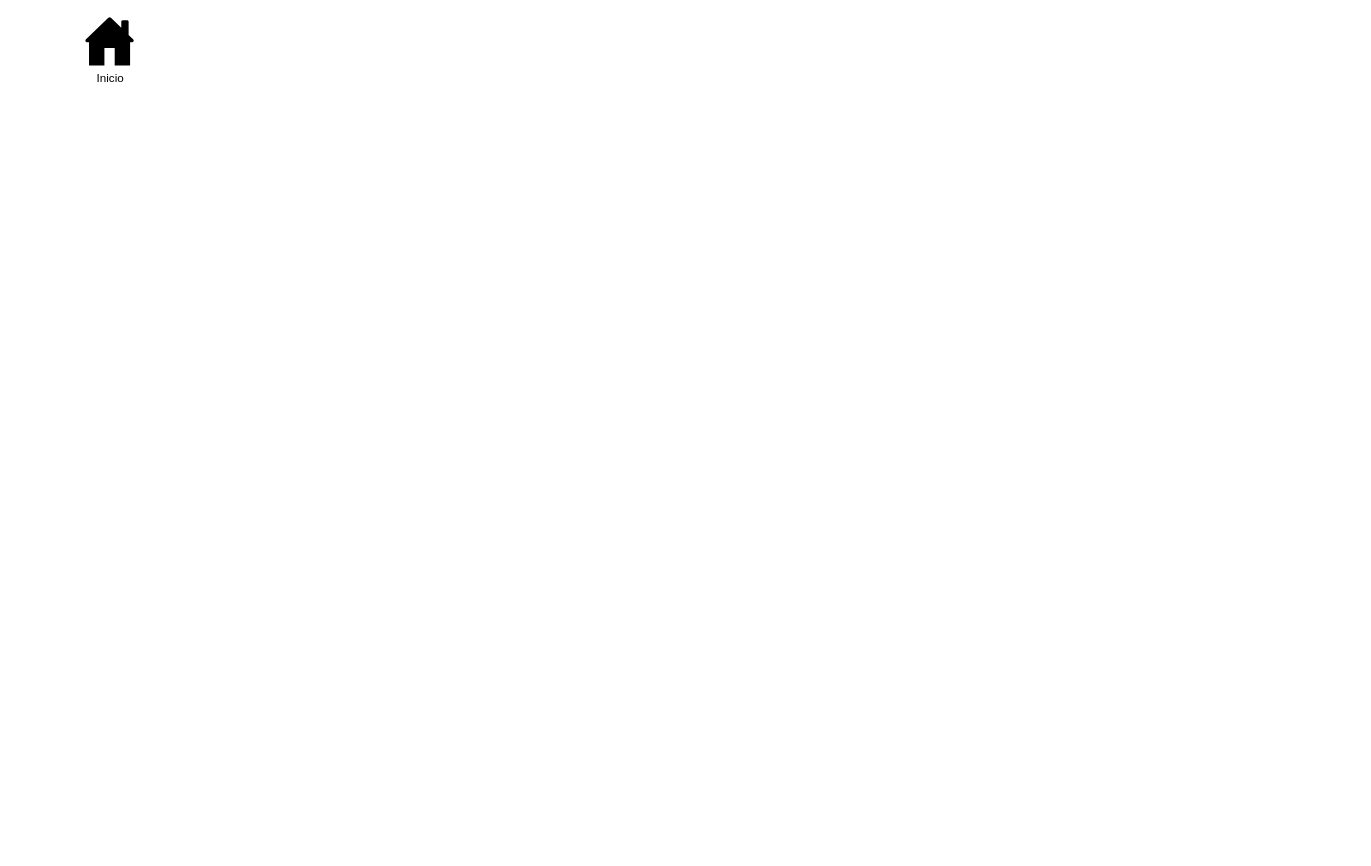
Earlier version of the draw.io diagram page "Proceso Flujo" (8 of 12) of code_diagram.drawio (fenahurtado/flutist). Source tidied: cells renumbered, new cells numbered last; positions are measured from the earlier drawing's top-left corner, leaving out a move shared by most shapes. Both pictures are drawn from the tidied source at 97%, with x=0, y=0 at pixel (84, 16).
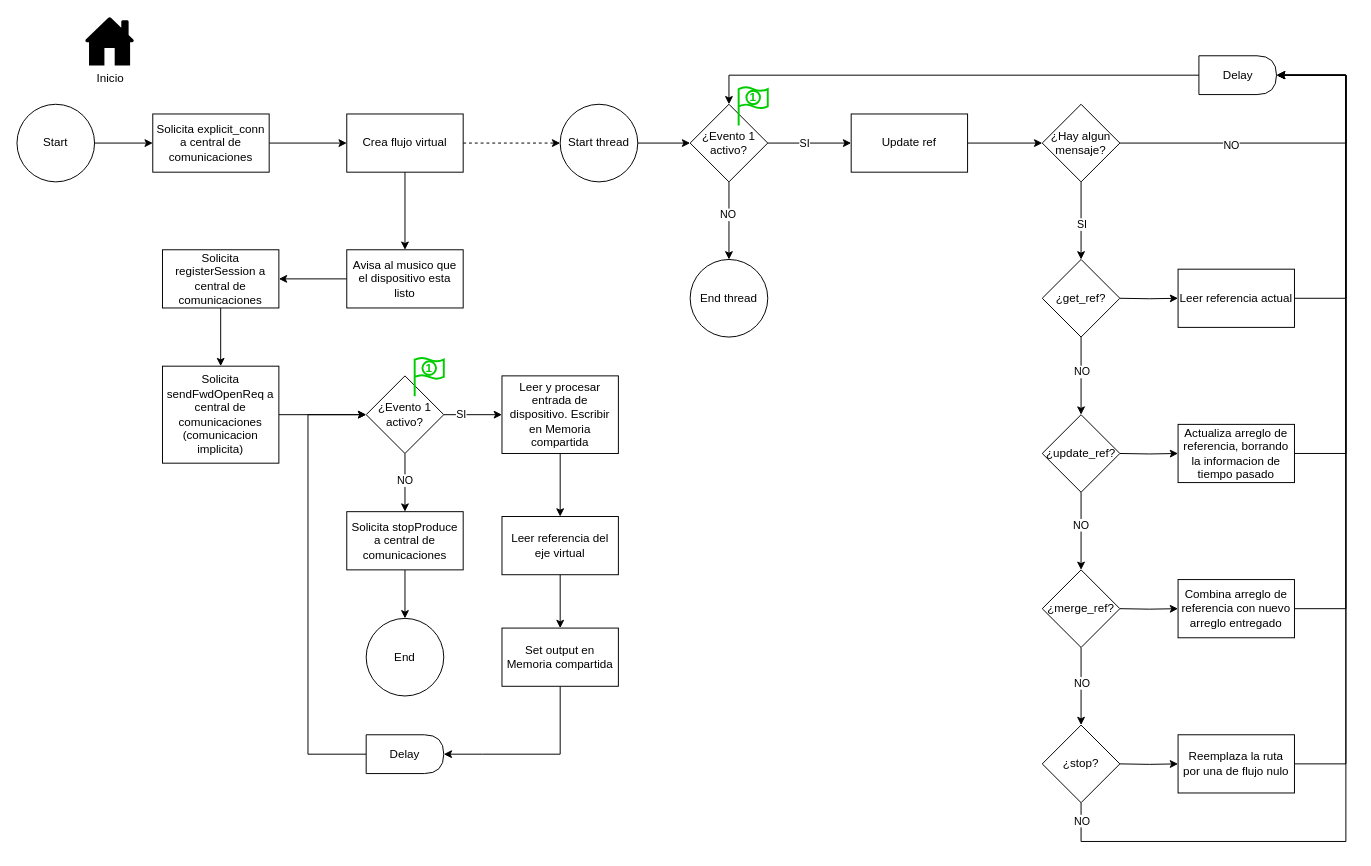
The same page after the edit.

The edit, as a diff of the source:
```diff
@@
+    <mxCell id="3" style="edgeStyle=orthogonalEdgeStyle;rounded=0;jettySize=auto;html=1;" parent="1" edge="1" source="4" target="9">
+      <mxGeometry relative="1" as="geometry" />
+    </mxCell>
+    <mxCell id="4" value="Solicita explicit_conn a central de comunicaciones" style="rounded=0;whiteSpace=wrap;html=1;" parent="1" vertex="1">
+      <mxGeometry x="70" y="100" width="120" height="60" as="geometry" />
+    </mxCell>
+    <mxCell id="5" style="edgeStyle=orthogonalEdgeStyle;rounded=0;jettySize=auto;html=1;exitX=1;exitY=0.5;exitDx=0;exitDy=0;entryX=0;entryY=0.5;entryDx=0;entryDy=0;" parent="1" edge="1" source="6" target="4">
+      <mxGeometry relative="1" as="geometry" />
+    </mxCell>
+    <mxCell id="6" value="Start" style="ellipse;whiteSpace=wrap;html=1;" parent="1" vertex="1">
+      <mxGeometry x="-70" y="90" width="80" height="80" as="geometry" />
+    </mxCell>
+    <mxCell id="7" style="edgeStyle=orthogonalEdgeStyle;rounded=0;jettySize=auto;html=1;dashed=1;entryX=0;entryY=0.5;entryDx=0;entryDy=0;" parent="1" edge="1" source="9" target="54">
+      <mxGeometry relative="1" as="geometry" />
+    </mxCell>
+    <mxCell id="8" style="edgeStyle=orthogonalEdgeStyle;rounded=0;jettySize=auto;html=1;" parent="1" edge="1" source="9" target="32">
+      <mxGeometry relative="1" as="geometry" />
+    </mxCell>
+    <mxCell id="9" value="Crea flujo virtual" style="whiteSpace=wrap;html=1;rounded=0;" parent="1" vertex="1">
+      <mxGeometry x="270" y="100" width="120" height="60" as="geometry" />
+    </mxCell>
+    <mxCell id="10" style="edgeStyle=orthogonalEdgeStyle;rounded=0;jettySize=auto;html=1;" parent="1" edge="1" source="11" target="16">
+      <mxGeometry relative="1" as="geometry" />
+    </mxCell>
+    <mxCell id="11" value="Update ref" style="whiteSpace=wrap;html=1;rounded=0;" parent="1" vertex="1">
+      <mxGeometry x="790" y="100" width="120" height="60" as="geometry" />
+    </mxCell>
+    <mxCell id="12" style="edgeStyle=orthogonalEdgeStyle;rounded=0;jettySize=auto;html=1;exitX=1;exitY=0.5;exitDx=0;exitDy=0;entryX=1;entryY=0.5;entryDx=0;entryDy=0;entryPerimeter=0;" parent="1" edge="1" source="16" target="18">
+      <mxGeometry relative="1" as="geometry">
+        <Array as="points">
+          <mxPoint x="1300" y="130" />
+          <mxPoint x="1300" y="60" />
+        </Array>
+      </mxGeometry>
+    </mxCell>
+    <mxCell id="13" value="NO" style="edgeLabel;html=1;align=center;verticalAlign=middle;" parent="12" vertex="1">
+      <mxGeometry x="-0.39" y="-2" relative="1" as="geometry" />
+    </mxCell>
+    <mxCell id="14" style="edgeStyle=orthogonalEdgeStyle;rounded=0;jettySize=auto;html=1;" parent="1" edge="1" source="16" target="21">
+      <mxGeometry relative="1" as="geometry" />
+    </mxCell>
+    <mxCell id="15" value="SI" style="edgeLabel;html=1;align=center;verticalAlign=middle;" parent="14" vertex="1">
+      <mxGeometry x="0.08" relative="1" as="geometry" />
+    </mxCell>
+    <mxCell id="16" value="¿Hay algun mensaje?" style="rhombus;whiteSpace=wrap;html=1;rounded=0;" parent="1" vertex="1">
+      <mxGeometry x="987" y="90" width="80" height="80" as="geometry" />
+    </mxCell>
+    <mxCell id="17" style="edgeStyle=orthogonalEdgeStyle;rounded=0;jettySize=auto;html=1;exitX=0;exitY=0.5;exitDx=0;exitDy=0;exitPerimeter=0;entryX=0.5;entryY=0;entryDx=0;entryDy=0;" parent="1" edge="1" source="18" target="49">
+      <mxGeometry relative="1" as="geometry">
+        <Array as="points">
+          <mxPoint x="664" y="60" />
+        </Array>
+      </mxGeometry>
+    </mxCell>
+    <mxCell id="18" value="Delay" style="shape=delay;whiteSpace=wrap;html=1;points=[[0,0,0,0,0],[0,0.25,0,0,0],[0,0.5,0,0,0],[0,0.75,0,0,0],[0,1,0,0,0],[0.25,0,0,0,0],[0.25,1,0,0,0],[0.5,0,0,0,0],[0.5,1,0,0,0],[1,0.5,0,0,0]];" parent="1" vertex="1">
+      <mxGeometry x="1148.5" y="40" width="80" height="40" as="geometry" />
+    </mxCell>
+    <mxCell id="19" style="edgeStyle=orthogonalEdgeStyle;rounded=0;jettySize=auto;html=1;" parent="1" edge="1" source="21" target="24">
+      <mxGeometry relative="1" as="geometry" />
+    </mxCell>
+    <mxCell id="20" value="NO" style="edgeLabel;html=1;align=center;verticalAlign=middle;" parent="19" vertex="1">
+      <mxGeometry x="-0.12" relative="1" as="geometry" />
+    </mxCell>
+    <mxCell id="21" value="¿get_ref&lt;span style=&quot;background-color: initial;&quot;&gt;?&lt;/span&gt;" style="rhombus;whiteSpace=wrap;html=1;rounded=0;" parent="1" vertex="1">
+      <mxGeometry x="987" y="250" width="80" height="80" as="geometry" />
+    </mxCell>
+    <mxCell id="22" style="edgeStyle=orthogonalEdgeStyle;rounded=0;jettySize=auto;html=1;" parent="1" edge="1" source="24" target="27">
+      <mxGeometry relative="1" as="geometry" />
+    </mxCell>
+    <mxCell id="23" value="NO" style="edgeLabel;html=1;align=center;verticalAlign=middle;" parent="22" vertex="1">
+      <mxGeometry x="-0.18" y="-1" relative="1" as="geometry" />
+    </mxCell>
+    <mxCell id="24" value="¿update_ref&lt;span style=&quot;background-color: initial;&quot;&gt;?&lt;/span&gt;" style="rhombus;whiteSpace=wrap;html=1;rounded=0;" parent="1" vertex="1">
+      <mxGeometry x="987" y="410" width="80" height="80" as="geometry" />
+    </mxCell>
+    <mxCell id="25" style="edgeStyle=orthogonalEdgeStyle;rounded=0;jettySize=auto;html=1;" parent="1" edge="1" source="27" target="30">
+      <mxGeometry relative="1" as="geometry" />
+    </mxCell>
+    <mxCell id="26" value="NO" style="edgeLabel;html=1;align=center;verticalAlign=middle;" parent="25" vertex="1">
+      <mxGeometry x="-0.09" relative="1" as="geometry" />
+    </mxCell>
+    <mxCell id="27" value="¿merge_ref&lt;span style=&quot;background-color: initial;&quot;&gt;?&lt;/span&gt;" style="rhombus;whiteSpace=wrap;html=1;rounded=0;" parent="1" vertex="1">
+      <mxGeometry x="987" y="570" width="80" height="80" as="geometry" />
+    </mxCell>
+    <mxCell id="28" style="edgeStyle=orthogonalEdgeStyle;rounded=0;jettySize=auto;html=1;exitX=0.5;exitY=1;exitDx=0;exitDy=0;entryX=1;entryY=0.5;entryDx=0;entryDy=0;entryPerimeter=0;" parent="1" edge="1" source="30" target="18">
+      <mxGeometry relative="1" as="geometry">
+        <Array as="points">
+          <mxPoint x="1027" y="850" />
+          <mxPoint x="1300" y="850" />
+          <mxPoint x="1300" y="60" />
+        </Array>
+      </mxGeometry>
+    </mxCell>
+    <mxCell id="29" value="NO" style="edgeLabel;html=1;align=center;verticalAlign=middle;" parent="28" vertex="1">
+      <mxGeometry x="-0.97" relative="1" as="geometry" />
+    </mxCell>
+    <mxCell id="30" value="¿stop&lt;span style=&quot;background-color: initial;&quot;&gt;?&lt;/span&gt;" style="rhombus;whiteSpace=wrap;html=1;rounded=0;" parent="1" vertex="1">
+      <mxGeometry x="987" y="730" width="80" height="80" as="geometry" />
+    </mxCell>
+    <mxCell id="31" style="edgeStyle=orthogonalEdgeStyle;rounded=0;jettySize=auto;html=1;" parent="1" edge="1" source="32" target="34">
+      <mxGeometry relative="1" as="geometry" />
+    </mxCell>
+    <mxCell id="32" value="Avisa al musico que el dispositivo esta listo" style="whiteSpace=wrap;html=1;rounded=0;" parent="1" vertex="1">
+      <mxGeometry x="270" y="240" width="120" height="60" as="geometry" />
+    </mxCell>
+    <mxCell id="33" style="edgeStyle=orthogonalEdgeStyle;rounded=0;jettySize=auto;html=1;" parent="1" edge="1" source="34" target="36">
+      <mxGeometry relative="1" as="geometry" />
+    </mxCell>
+    <mxCell id="34" value="Solicita registerSession a central de comunicaciones" style="whiteSpace=wrap;html=1;rounded=0;" parent="1" vertex="1">
+      <mxGeometry x="80" y="240" width="120" height="60" as="geometry" />
+    </mxCell>
+    <mxCell id="35" style="edgeStyle=orthogonalEdgeStyle;rounded=0;jettySize=auto;html=1;entryX=0;entryY=0.5;entryDx=0;entryDy=0;" parent="1" edge="1" source="36" target="41">
+      <mxGeometry relative="1" as="geometry">
+        <Array as="points">
+          <mxPoint x="290" y="410" />
+        </Array>
+      </mxGeometry>
+    </mxCell>
+    <mxCell id="36" value="Solicita sendFwdOpenReq a central de comunicaciones (comunicacion implicita)" style="whiteSpace=wrap;html=1;rounded=0;" parent="1" vertex="1">
+      <mxGeometry x="80" y="360" width="120" height="100" as="geometry" />
+    </mxCell>
+    <mxCell id="37" style="edgeStyle=orthogonalEdgeStyle;rounded=0;jettySize=auto;html=1;exitX=1;exitY=0.5;exitDx=0;exitDy=0;" parent="1" edge="1" source="41" target="72">
+      <mxGeometry relative="1" as="geometry" />
+    </mxCell>
+    <mxCell id="38" value="SI" style="edgeLabel;html=1;align=center;verticalAlign=middle;" parent="37" vertex="1">
+      <mxGeometry x="-0.43" y="1" relative="1" as="geometry" />
+    </mxCell>
+    <mxCell id="39" style="edgeStyle=orthogonalEdgeStyle;rounded=0;jettySize=auto;html=1;exitX=0.5;exitY=1;exitDx=0;exitDy=0;entryX=0.5;entryY=0;entryDx=0;entryDy=0;" parent="1" edge="1" source="41" target="57">
+      <mxGeometry relative="1" as="geometry">
+        <Array as="points">
+          <mxPoint x="330" y="480" />
+          <mxPoint x="330" y="480" />
+        </Array>
+      </mxGeometry>
+    </mxCell>
+    <mxCell id="40" value="NO" style="edgeLabel;html=1;align=center;verticalAlign=middle;" parent="39" vertex="1">
+      <mxGeometry x="-0.09" y="-1" relative="1" as="geometry" />
+    </mxCell>
+    <mxCell id="41" value="¿Evento 1 activo?" style="rhombus;whiteSpace=wrap;html=1;rounded=0;" parent="1" vertex="1">
+      <mxGeometry x="290" y="370" width="80" height="80" as="geometry" />
+    </mxCell>
+    <mxCell id="42" style="group;" parent="1" vertex="1">
+      <mxGeometry x="340" y="351" width="30" height="40" as="geometry" />
+    </mxCell>
+    <mxCell id="43" style="html=1;verticalLabelPosition=bottom;align=center;labelBackgroundColor=#ffffff;verticalAlign=top;strokeWidth=2;strokeColor=#00CC00;shadow=0;dashed=0;shape=mxgraph.ios7.icons.flag;" parent="42" vertex="1">
+      <mxGeometry width="30" height="40" as="geometry" />
+    </mxCell>
+    <mxCell id="44" value="1" style="ellipse;whiteSpace=wrap;html=1;strokeWidth=2;strokeColor=#00CC00;fontSize=12;fontColor=#00CC00;fontStyle=1;" parent="42" vertex="1">
+      <mxGeometry x="8" y="4" width="14" height="14" as="geometry" />
+    </mxCell>
+    <mxCell id="45" style="edgeStyle=orthogonalEdgeStyle;rounded=0;jettySize=auto;html=1;exitX=1;exitY=0.5;exitDx=0;exitDy=0;entryX=0;entryY=0.5;entryDx=0;entryDy=0;" parent="1" edge="1" source="49" target="11">
+      <mxGeometry relative="1" as="geometry" />
+    </mxCell>
+    <mxCell id="46" value="SI" style="edgeLabel;html=1;align=center;verticalAlign=middle;" parent="45" vertex="1">
+      <mxGeometry x="-0.14" relative="1" as="geometry" />
+    </mxCell>
+    <mxCell id="47" style="edgeStyle=orthogonalEdgeStyle;rounded=0;jettySize=auto;html=1;" parent="1" edge="1" source="49" target="55">
+      <mxGeometry relative="1" as="geometry" />
+    </mxCell>
+    <mxCell id="48" value="NO" style="edgeLabel;html=1;align=center;verticalAlign=middle;" parent="47" vertex="1">
+      <mxGeometry x="-0.17" y="-2" relative="1" as="geometry" />
+    </mxCell>
+    <mxCell id="49" value="¿Evento 1 activo?" style="rhombus;whiteSpace=wrap;html=1;rounded=0;" parent="1" vertex="1">
+      <mxGeometry x="624" y="90" width="80" height="80" as="geometry" />
+    </mxCell>
+    <mxCell id="50" style="group;" parent="1" vertex="1">
+      <mxGeometry x="674" y="72" width="30" height="40" as="geometry" />
+    </mxCell>
+    <mxCell id="51" style="html=1;verticalLabelPosition=bottom;align=center;labelBackgroundColor=#ffffff;verticalAlign=top;strokeWidth=2;strokeColor=#00CC00;shadow=0;dashed=0;shape=mxgraph.ios7.icons.flag;" parent="50" vertex="1">
+      <mxGeometry width="30" height="40" as="geometry" />
+    </mxCell>
+    <mxCell id="52" value="1" style="ellipse;whiteSpace=wrap;html=1;strokeWidth=2;strokeColor=#00CC00;fontSize=12;fontColor=#00CC00;fontStyle=1;" parent="50" vertex="1">
+      <mxGeometry x="8" y="4" width="14" height="14" as="geometry" />
+    </mxCell>
+    <mxCell id="53" style="edgeStyle=orthogonalEdgeStyle;rounded=0;jettySize=auto;html=1;exitX=1;exitY=0.5;exitDx=0;exitDy=0;entryX=0;entryY=0.5;entryDx=0;entryDy=0;" parent="1" edge="1" source="54" target="49">
+      <mxGeometry relative="1" as="geometry" />
+    </mxCell>
+    <mxCell id="54" value="Start thread" style="ellipse;whiteSpace=wrap;html=1;" parent="1" vertex="1">
+      <mxGeometry x="490" y="90" width="80" height="80" as="geometry" />
+    </mxCell>
+    <mxCell id="55" value="End thread" style="ellipse;whiteSpace=wrap;html=1;rounded=0;" parent="1" vertex="1">
+      <mxGeometry x="624" y="250" width="80" height="80" as="geometry" />
+    </mxCell>
+    <mxCell id="56" style="edgeStyle=orthogonalEdgeStyle;rounded=0;jettySize=auto;html=1;" parent="1" edge="1" source="57" target="58">
+      <mxGeometry relative="1" as="geometry" />
+    </mxCell>
+    <mxCell id="57" value="Solicita stopProduce a central de comunicaciones" style="whiteSpace=wrap;html=1;rounded=0;" parent="1" vertex="1">
+      <mxGeometry x="270" y="510" width="120" height="60" as="geometry" />
+    </mxCell>
+    <mxCell id="58" value="End" style="ellipse;whiteSpace=wrap;html=1;rounded=0;" parent="1" vertex="1">
+      <mxGeometry x="290" y="620" width="80" height="80" as="geometry" />
+    </mxCell>
+    <mxCell id="59" style="edgeStyle=orthogonalEdgeStyle;rounded=0;jettySize=auto;html=1;" parent="1" edge="1" target="64">
+      <mxGeometry relative="1" as="geometry">
+        <mxPoint x="1067" y="290" as="sourcePoint" />
+      </mxGeometry>
+    </mxCell>
+    <mxCell id="60" style="edgeStyle=orthogonalEdgeStyle;rounded=0;jettySize=auto;html=1;" parent="1" edge="1" target="66">
+      <mxGeometry relative="1" as="geometry">
+        <mxPoint x="1067" y="450" as="sourcePoint" />
+      </mxGeometry>
+    </mxCell>
+    <mxCell id="61" style="edgeStyle=orthogonalEdgeStyle;rounded=0;jettySize=auto;html=1;" parent="1" edge="1" target="68">
+      <mxGeometry relative="1" as="geometry">
+        <mxPoint x="1067" y="610" as="sourcePoint" />
+      </mxGeometry>
+    </mxCell>
+    <mxCell id="62" style="edgeStyle=orthogonalEdgeStyle;rounded=0;jettySize=auto;html=1;" parent="1" edge="1" target="70">
+      <mxGeometry relative="1" as="geometry">
+        <mxPoint x="1067" y="770" as="sourcePoint" />
+      </mxGeometry>
+    </mxCell>
+    <mxCell id="63" style="edgeStyle=orthogonalEdgeStyle;rounded=0;jettySize=auto;html=1;exitX=1;exitY=0.5;exitDx=0;exitDy=0;entryX=1;entryY=0.5;entryDx=0;entryDy=0;entryPerimeter=0;" parent="1" edge="1" source="64">
+      <mxGeometry relative="1" as="geometry">
+        <mxPoint x="1229" y="60" as="targetPoint" />
+        <Array as="points">
+          <mxPoint x="1300" y="290" />
+          <mxPoint x="1300" y="60" />
+        </Array>
+      </mxGeometry>
+    </mxCell>
+    <mxCell id="64" value="Leer referencia actual" style="whiteSpace=wrap;html=1;rounded=0;" parent="1" vertex="1">
+      <mxGeometry x="1127" y="260" width="120" height="60" as="geometry" />
+    </mxCell>
+    <mxCell id="65" style="edgeStyle=orthogonalEdgeStyle;rounded=0;jettySize=auto;html=1;exitX=1;exitY=0.5;exitDx=0;exitDy=0;entryX=1;entryY=0.5;entryDx=0;entryDy=0;entryPerimeter=0;" parent="1" edge="1" source="66">
+      <mxGeometry relative="1" as="geometry">
+        <mxPoint x="1229" y="60" as="targetPoint" />
+        <Array as="points">
+          <mxPoint x="1300" y="450" />
+          <mxPoint x="1300" y="60" />
+        </Array>
+      </mxGeometry>
+    </mxCell>
+    <mxCell id="66" value="Actualiza arreglo de referencia, borrando la informacion de tiempo pasado" style="whiteSpace=wrap;html=1;rounded=0;" parent="1" vertex="1">
+      <mxGeometry x="1127" y="420" width="120" height="60" as="geometry" />
+    </mxCell>
+    <mxCell id="67" style="edgeStyle=orthogonalEdgeStyle;rounded=0;jettySize=auto;html=1;exitX=1;exitY=0.5;exitDx=0;exitDy=0;entryX=1;entryY=0.5;entryDx=0;entryDy=0;entryPerimeter=0;" parent="1" edge="1" source="68">
+      <mxGeometry relative="1" as="geometry">
+        <mxPoint x="1229" y="60" as="targetPoint" />
+        <Array as="points">
+          <mxPoint x="1300" y="610" />
+          <mxPoint x="1300" y="60" />
+        </Array>
+      </mxGeometry>
+    </mxCell>
+    <mxCell id="68" value="Combina arreglo de referencia con nuevo arreglo entregado" style="whiteSpace=wrap;html=1;rounded=0;" parent="1" vertex="1">
+      <mxGeometry x="1127" y="580" width="120" height="60" as="geometry" />
+    </mxCell>
+    <mxCell id="69" style="edgeStyle=orthogonalEdgeStyle;rounded=0;jettySize=auto;html=1;exitX=1;exitY=0.5;exitDx=0;exitDy=0;entryX=1;entryY=0.5;entryDx=0;entryDy=0;entryPerimeter=0;" parent="1" edge="1" source="70">
+      <mxGeometry relative="1" as="geometry">
+        <mxPoint x="1229" y="60" as="targetPoint" />
+        <Array as="points">
+          <mxPoint x="1300" y="770" />
+          <mxPoint x="1300" y="60" />
+        </Array>
+      </mxGeometry>
+    </mxCell>
+    <mxCell id="70" value="Reemplaza la ruta por una de flujo nulo" style="whiteSpace=wrap;html=1;rounded=0;" parent="1" vertex="1">
+      <mxGeometry x="1127" y="740" width="120" height="60" as="geometry" />
+    </mxCell>
+    <mxCell id="71" style="edgeStyle=orthogonalEdgeStyle;rounded=0;jettySize=auto;html=1;exitX=0.5;exitY=1;exitDx=0;exitDy=0;entryX=0.5;entryY=0;entryDx=0;entryDy=0;" parent="1" edge="1" source="72" target="74">
+      <mxGeometry relative="1" as="geometry" />
+    </mxCell>
+    <mxCell id="72" value="Leer y procesar entrada de dispositivo. Escribir en Memoria compartida" style="whiteSpace=wrap;html=1;rounded=0;" parent="1" vertex="1">
+      <mxGeometry x="430" y="370" width="120" height="80" as="geometry" />
+    </mxCell>
+    <mxCell id="73" style="edgeStyle=orthogonalEdgeStyle;rounded=0;jettySize=auto;html=1;exitX=0.5;exitY=1;exitDx=0;exitDy=0;" parent="1" edge="1" source="74" target="76">
+      <mxGeometry relative="1" as="geometry" />
+    </mxCell>
+    <mxCell id="74" value="Leer referencia del eje virtual" style="whiteSpace=wrap;html=1;rounded=0;" parent="1" vertex="1">
+      <mxGeometry x="430" y="515" width="120" height="60" as="geometry" />
+    </mxCell>
+    <mxCell id="75" style="edgeStyle=orthogonalEdgeStyle;rounded=0;jettySize=auto;html=1;exitX=0.5;exitY=1;exitDx=0;exitDy=0;entryX=1;entryY=0.5;entryDx=0;entryDy=0;entryPerimeter=0;" parent="1" edge="1" source="76" target="78">
+      <mxGeometry relative="1" as="geometry">
+        <Array as="points">
+          <mxPoint x="490" y="760" />
+          <mxPoint x="410" y="760" />
+        </Array>
+      </mxGeometry>
+    </mxCell>
+    <mxCell id="76" value="Set output en Memoria compartida" style="whiteSpace=wrap;html=1;rounded=0;" parent="1" vertex="1">
+      <mxGeometry x="430" y="630" width="120" height="60" as="geometry" />
+    </mxCell>
+    <mxCell id="77" style="edgeStyle=orthogonalEdgeStyle;rounded=0;jettySize=auto;html=1;exitX=0;exitY=0.5;exitDx=0;exitDy=0;exitPerimeter=0;entryX=0;entryY=0.5;entryDx=0;entryDy=0;" parent="1" edge="1" source="78" target="41">
+      <mxGeometry relative="1" as="geometry">
+        <Array as="points">
+          <mxPoint x="230" y="760" />
+          <mxPoint x="230" y="410" />
+        </Array>
+      </mxGeometry>
+    </mxCell>
+    <mxCell id="78" value="Delay" style="shape=delay;whiteSpace=wrap;html=1;points=[[0,0,0,0,0],[0,0.25,0,0,0],[0,0.5,0,0,0],[0,0.75,0,0,0],[0,1,0,0,0],[0.25,0,0,0,0],[0.25,1,0,0,0],[0.5,0,0,0,0],[0.5,1,0,0,0],[1,0.5,0,0,0]];" parent="1" vertex="1">
+      <mxGeometry x="290" y="740" width="80" height="40" as="geometry" />
+    </mxCell>
```
